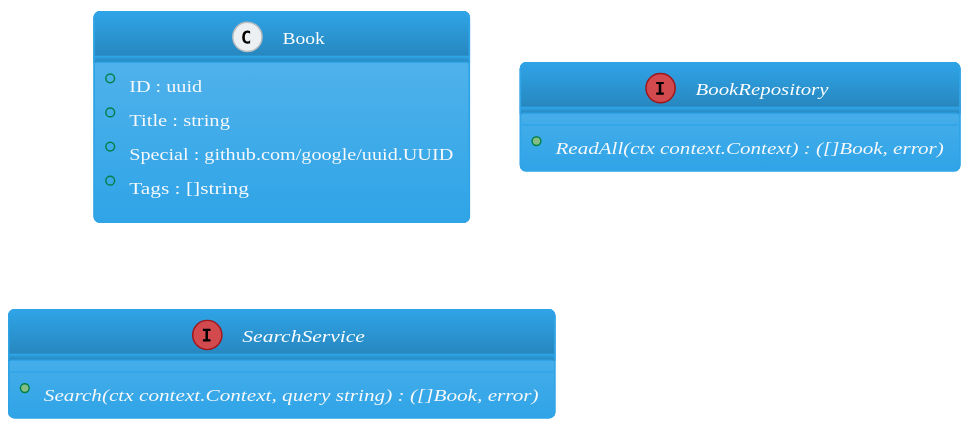
Before: ddd/v1/internal/example/server/uml-search-core-api.gen.svg, a diagram exported from PlantUML (golangee/ddd).
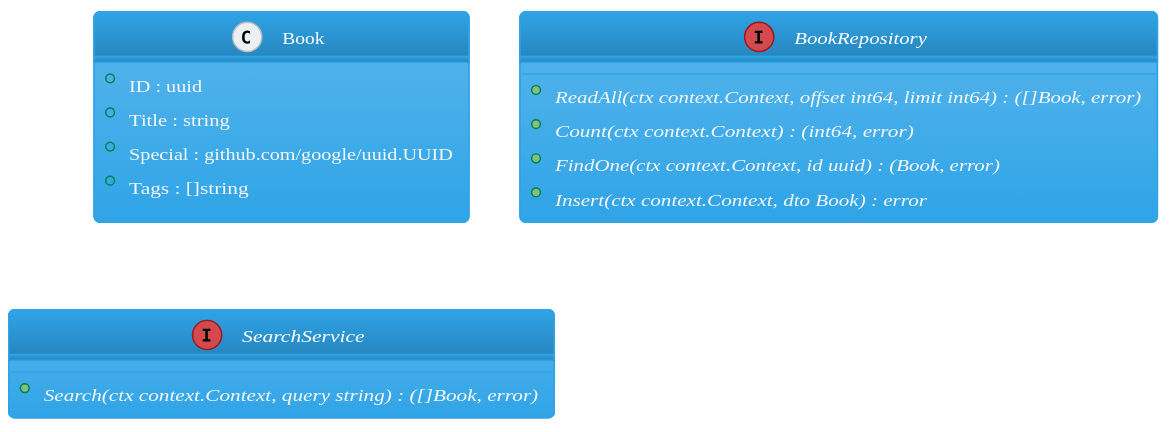
After the commit.

Diff of the diagram source:
```diff
@@ -318,7 +318,10 @@
 +Tags : []string
 }
 interface "BookRepository" {
-{abstract} +ReadAll(ctx context.Context) : ([]Book,  error)
+{abstract} +ReadAll(ctx context.Context, offset int64, limit int64) : ([]Book,  error)
+{abstract} +Count(ctx context.Context) : (int64,  error)
+{abstract} +FindOne(ctx context.Context, id uuid) : (Book,  error)
+{abstract} +Insert(ctx context.Context, dto Book) : error
 }
 interface "SearchService" {
 {abstract} +Search(ctx context.Context, query string) : ([]Book,  error)
```
